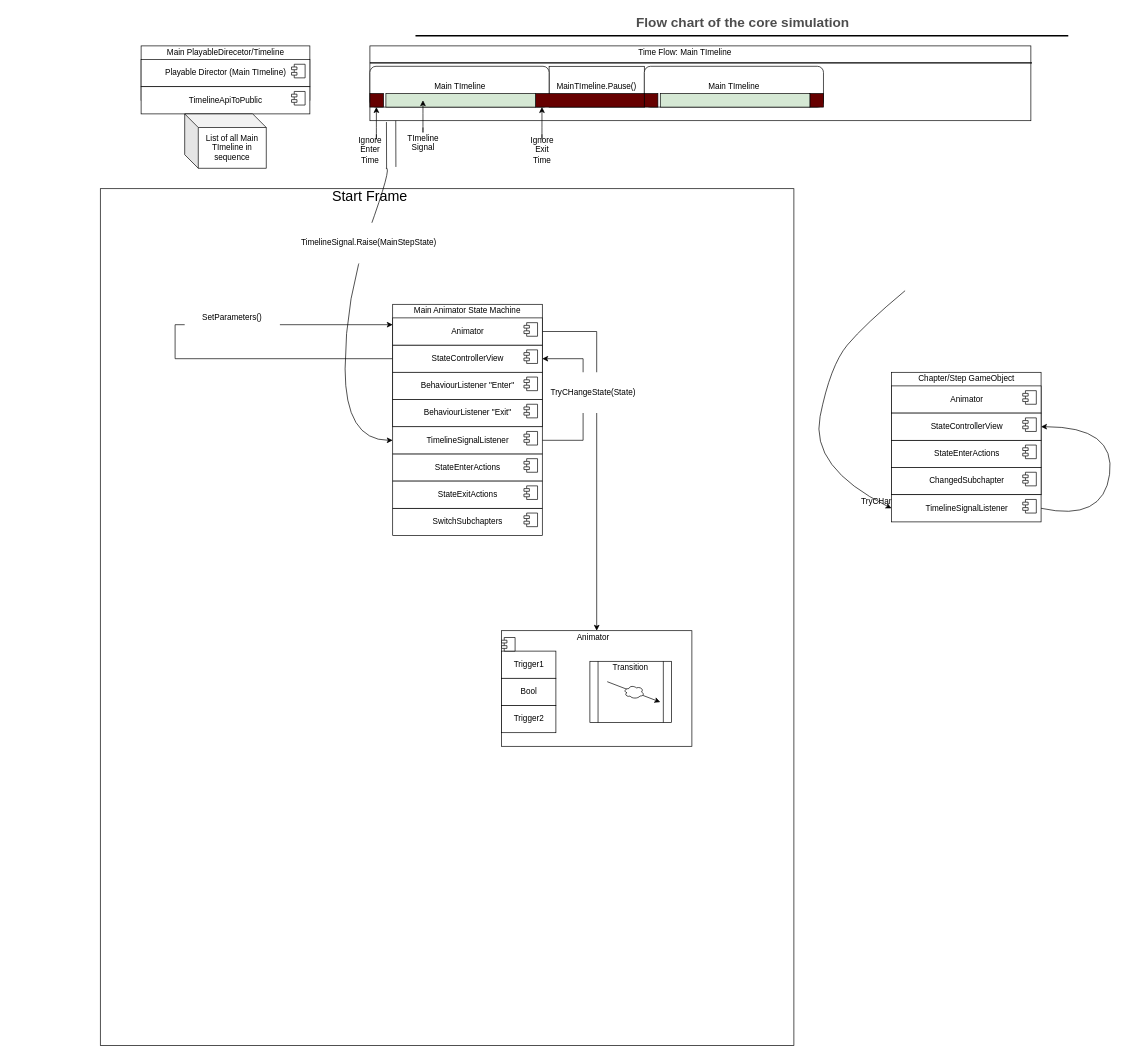
studentutu/UnityLWRP_Samples keeps this draw.io diagram as Untitled Diagram.drawio. Above is the earlier version. Source tidied: cells renumbered, new cells numbered last; positions are measured from the earlier drawing's top-left corner, leaving out a move shared by most shapes. Both pictures are drawn from the tidied source at 68%, with x=0, y=0 at pixel (100, 12).
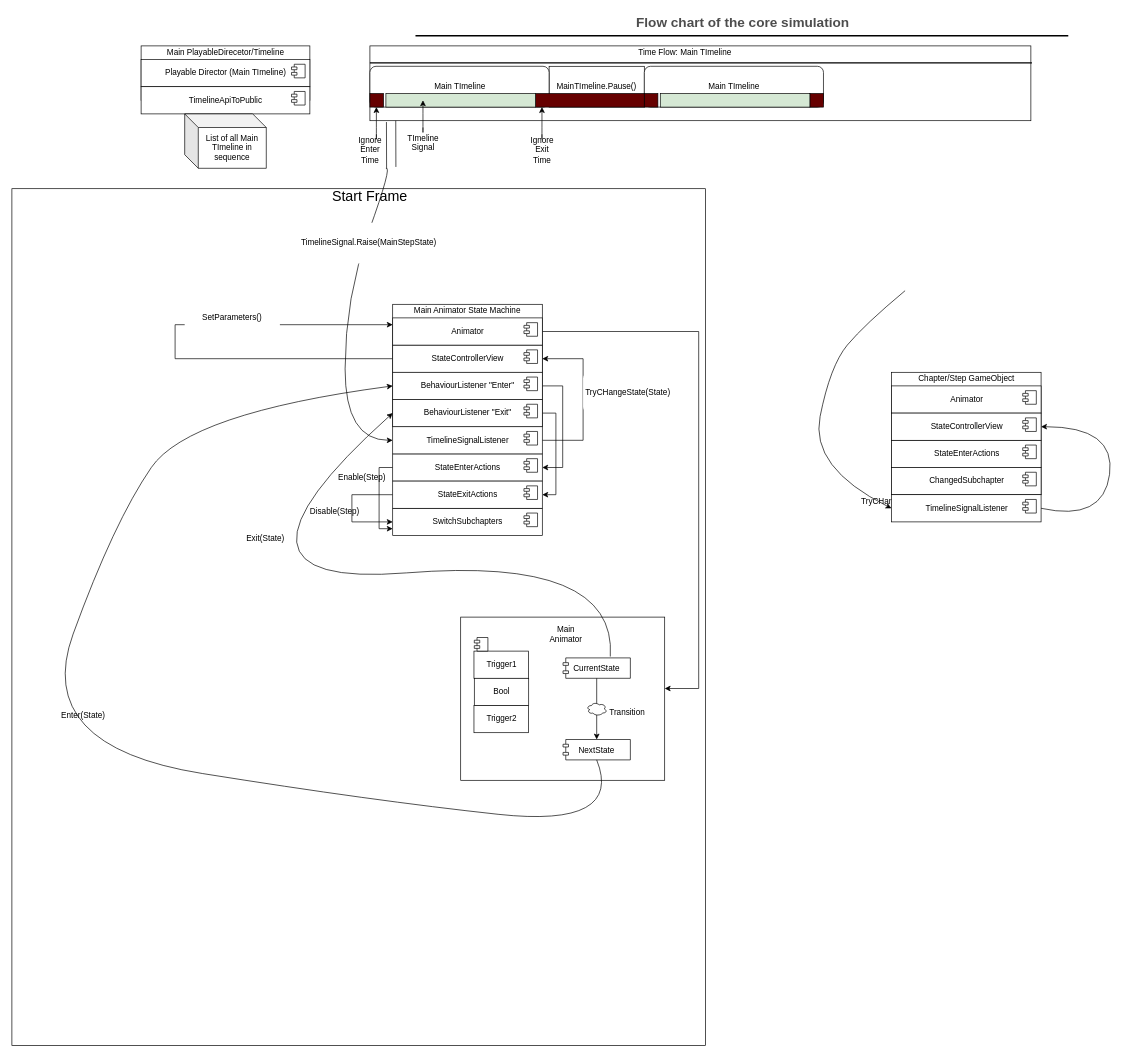
The same page after the edit.

Commit message:
Update Flow of Main Animator STate Machine.drawio

The change refers to these unchanged cells:
```xml
<mxCell id="31" value="Animator" style="html=1;labelBackgroundColor=none;fillColor=#ffffff;" parent="1" vertex="1">
  <mxGeometry x="430" y="450" width="220" height="40" as="geometry" />
</mxCell>
<mxCell id="33" value="StateEnterActions" style="html=1;labelBackgroundColor=none;fillColor=#ffffff;" parent="1" vertex="1">
  <mxGeometry x="430" y="650" width="220" height="40" as="geometry" />
</mxCell>
<mxCell id="35" value="&lt;div&gt;SwitchSubchapters&lt;/div&gt;" style="html=1;labelBackgroundColor=none;fillColor=#ffffff;" parent="1" vertex="1">
  <mxGeometry x="430" y="730" width="220" height="40" as="geometry" />
</mxCell>
<mxCell id="40" value="StateExitActions" style="html=1;labelBackgroundColor=none;fillColor=#ffffff;" parent="1" vertex="1">
  <mxGeometry x="430" y="690" width="220" height="40" as="geometry" />
</mxCell>
<mxCell id="42" value="BehaviourListener &quot;Enter&quot;" style="html=1;labelBackgroundColor=none;fillColor=#ffffff;" parent="1" vertex="1">
  <mxGeometry x="430" y="530" width="220" height="40" as="geometry" />
</mxCell>
<mxCell id="44" value="BehaviourListener &quot;Exit&quot;" style="html=1;labelBackgroundColor=none;fillColor=#ffffff;" parent="1" vertex="1">
  <mxGeometry x="430" y="570" width="220" height="40" as="geometry" />
</mxCell>
```

Change to the diagram source:
```diff
@@
     <mxCell id="2" style="rounded=0;whiteSpace=wrap;html=1;labelBackgroundColor=none;fillColor=#ffffff;" parent="1" vertex="1">
-      <mxGeometry y="260" width="1020" height="1260" as="geometry" />
+      <mxGeometry x="-130" y="260" width="1020" height="1260" as="geometry" />
     </mxCell>
@@
     <mxCell id="30" style="edgeStyle=orthogonalEdgeStyle;rounded=0;jettySize=auto;html=1;exitX=1;exitY=0.5;exitDx=0;exitDy=0;" parent="1" edge="1" source="31" target="57">
-      <mxGeometry relative="1" as="geometry" />
+      <mxGeometry relative="1" as="geometry">
+        <Array as="points">
+          <mxPoint x="880" y="470" />
+          <mxPoint x="880" y="995" />
+        </Array>
+      </mxGeometry>
     </mxCell>
@@
+    <mxCell id="89" style="edgeStyle=orthogonalEdgeStyle;rounded=0;jettySize=auto;html=1;exitX=0;exitY=0.5;exitDx=0;exitDy=0;entryX=0;entryY=0.75;entryDx=0;entryDy=0;fontSize=21;" parent="1" edge="1" source="33" target="35">
+      <mxGeometry relative="1" as="geometry" />
+    </mxCell>
@@
+    <mxCell id="90" style="edgeStyle=orthogonalEdgeStyle;rounded=0;jettySize=auto;html=1;exitX=0;exitY=0.5;exitDx=0;exitDy=0;entryX=0;entryY=0.5;entryDx=0;entryDy=0;fontSize=21;" parent="1" edge="1" source="40" target="35">
+      <mxGeometry relative="1" as="geometry">
+        <Array as="points">
+          <mxPoint x="370" y="710" />
+          <mxPoint x="370" y="750" />
+        </Array>
+      </mxGeometry>
+    </mxCell>
@@
+    <mxCell id="91" style="edgeStyle=orthogonalEdgeStyle;rounded=0;jettySize=auto;html=1;exitX=1;exitY=0.5;exitDx=0;exitDy=0;entryX=1;entryY=0.5;entryDx=0;entryDy=0;fontSize=21;" parent="1" edge="1" source="42" target="33">
+      <mxGeometry relative="1" as="geometry">
+        <Array as="points">
+          <mxPoint x="680" y="550" />
+          <mxPoint x="680" y="670" />
+        </Array>
+      </mxGeometry>
+    </mxCell>
@@
+    <mxCell id="92" style="edgeStyle=orthogonalEdgeStyle;rounded=0;jettySize=auto;html=1;exitX=1;exitY=0.5;exitDx=0;exitDy=0;entryX=1;entryY=0.5;entryDx=0;entryDy=0;fontSize=21;" parent="1" edge="1" source="44" target="40">
+      <mxGeometry relative="1" as="geometry" />
+    </mxCell>
@@
     <mxCell id="55" value="TryCHangeState(State)" style="rounded=1;whiteSpace=wrap;html=1;labelBackgroundColor=none;strokeColor=none;" parent="1" vertex="1">
-      <mxGeometry x="658.5" y="530" width="131.5" height="60" as="geometry" />
+      <mxGeometry x="710" y="530" width="131.5" height="60" as="geometry" />
     </mxCell>
@@
-    <mxCell id="57" style="rounded=0;whiteSpace=wrap;html=1;" parent="1" vertex="1">
-      <mxGeometry x="590" y="910" width="280" height="170" as="geometry" />
+    <mxCell id="57" style="rounded=0;whiteSpace=wrap;html=1;fillColor=none;" parent="1" vertex="1">
+      <mxGeometry x="530" y="890" width="300" height="240" as="geometry" />
     </mxCell>
-    <mxCell id="58" value="&lt;div&gt;Animator&lt;/div&gt;" style="text;html=1;strokeColor=none;fillColor=none;align=center;verticalAlign=middle;whiteSpace=wrap;rounded=0;labelBackgroundColor=none;" parent="1" vertex="1">
-      <mxGeometry x="700" y="910" width="50" height="20" as="geometry" />
+    <mxCell id="58" value="Main &lt;br&gt;&lt;div&gt;Animator&lt;/div&gt;" style="text;html=1;strokeColor=none;fillColor=none;align=center;verticalAlign=middle;whiteSpace=wrap;rounded=0;labelBackgroundColor=none;" parent="1" vertex="1">
+      <mxGeometry x="620" y="890" width="130" height="50" as="geometry" />
     </mxCell>
     <mxCell id="59" value="Trigger1" style="html=1;labelBackgroundColor=none;fillColor=#ffffff;" parent="1" vertex="1">
-      <mxGeometry x="590" y="940" width="80" height="40" as="geometry" />
+      <mxGeometry x="549.5" y="940" width="80" height="40" as="geometry" />
     </mxCell>
-    <mxCell id="60" value="Bool" style="html=1;labelBackgroundColor=none;fillColor=#ffffff;" parent="1" vertex="1">
-      <mxGeometry x="590" y="980" width="80" height="40" as="geometry" />
-    </mxCell>
-    <mxCell id="61" style="shape=component;jettyWidth=8;jettyHeight=4;" parent="60" vertex="1">
-      <mxGeometry x="1" width="20" height="20" relative="1" as="geometry">
-        <mxPoint x="-80" y="-60" as="offset" />
-      </mxGeometry>
-    </mxCell>
-    <mxCell id="62" value="&lt;div&gt;Trigger2&lt;/div&gt;" style="html=1;labelBackgroundColor=none;fillColor=#ffffff;" parent="1" vertex="1">
-      <mxGeometry x="590" y="1020" width="80" height="40" as="geometry" />
-    </mxCell>
@@
-    <mxCell id="64" style="group;" parent="1" vertex="1">
-      <mxGeometry x="720" y="955" width="120" height="90" as="geometry" />
-    </mxCell>
-    <mxCell id="65" style="shape=process;whiteSpace=wrap;html=1;backgroundOutline=1;labelBackgroundColor=none;fillColor=#ffffff;" parent="64" vertex="1">
-      <mxGeometry width="120" height="90" as="geometry" />
-    </mxCell>
-    <mxCell id="66" style="endArrow=classic;html=1;" parent="64" edge="1">
-      <mxGeometry relative="1" as="geometry">
-        <mxPoint x="25.5" y="30" as="sourcePoint" />
-        <mxPoint x="103.5" y="60" as="targetPoint" />
-      </mxGeometry>
-    </mxCell>
-    <mxCell id="67" style="shape=cloud;html=1;" parent="66" vertex="1">
-      <mxGeometry width="30" height="20" relative="1" as="geometry">
-        <mxPoint x="-15" y="-10" as="offset" />
-      </mxGeometry>
-    </mxCell>
-    <mxCell id="68" value="Transition" style="text;html=1;strokeColor=none;fillColor=none;align=center;verticalAlign=middle;whiteSpace=wrap;rounded=0;labelBackgroundColor=none;" parent="64" vertex="1">
-      <mxGeometry x="35" width="50" height="20" as="geometry" />
-    </mxCell>
@@
+    <mxCell id="68" value="Transition" style="text;html=1;strokeColor=none;fillColor=none;align=center;verticalAlign=middle;whiteSpace=wrap;rounded=0;labelBackgroundColor=none;" parent="1" vertex="1">
+      <mxGeometry x="750" y="1020" width="50" height="20" as="geometry" />
+    </mxCell>
+    <mxCell id="93" style="group;" parent="1" vertex="1">
+      <mxGeometry x="549.5" y="980" width="80.5" height="80" as="geometry" />
+    </mxCell>
+    <mxCell id="62" value="&lt;div&gt;Trigger2&lt;/div&gt;" style="html=1;labelBackgroundColor=none;fillColor=#ffffff;" parent="93" vertex="1">
+      <mxGeometry y="40" width="80" height="40" as="geometry" />
+    </mxCell>
+    <mxCell id="94" style="group;" parent="93" vertex="1">
+      <mxGeometry x="0.5" width="80" height="40" as="geometry" />
+    </mxCell>
+    <mxCell id="60" value="Bool" style="html=1;labelBackgroundColor=none;fillColor=#ffffff;" parent="94" vertex="1">
+      <mxGeometry width="80" height="40" as="geometry" />
+    </mxCell>
+    <mxCell id="61" style="shape=component;jettyWidth=8;jettyHeight=4;" parent="60" vertex="1">
+      <mxGeometry x="1" width="20" height="20" relative="1" as="geometry">
+        <mxPoint x="-80" y="-60" as="offset" />
+      </mxGeometry>
+    </mxCell>
+    <mxCell id="95" value="CurrentState" style="shape=component;jettyWidth=8;jettyHeight=4;" parent="60" vertex="1">
+      <mxGeometry x="1" width="99" height="30" relative="1" as="geometry">
+        <mxPoint x="50.5" y="-30" as="offset" />
+      </mxGeometry>
+    </mxCell>
+    <mxCell id="96" value="NextState" style="shape=component;jettyWidth=8;jettyHeight=4;" parent="60" vertex="1">
+      <mxGeometry x="1" width="99" height="30" relative="1" as="geometry">
+        <mxPoint x="50.5" y="90" as="offset" />
+      </mxGeometry>
+    </mxCell>
+    <mxCell id="66" style="endArrow=classic;html=1;exitX=0.5;exitY=1;exitDx=0;exitDy=0;entryX=0.5;entryY=0;entryDx=0;entryDy=0;" parent="60" edge="1" source="95" target="96">
+      <mxGeometry relative="1" as="geometry" />
+    </mxCell>
+    <mxCell id="67" style="shape=cloud;html=1;" parent="66" vertex="1">
+      <mxGeometry width="30" height="20" relative="1" as="geometry">
+        <mxPoint x="-15" y="-10" as="offset" />
+      </mxGeometry>
+    </mxCell>
+    <mxCell id="97" style="jettySize=auto;html=1;curved=1;sourcePerimeterSpacing=5;targetPerimeterSpacing=5;entryX=0;entryY=0.5;entryDx=0;entryDy=0;" parent="1" edge="1" target="44">
+      <mxGeometry relative="1" as="geometry">
+        <mxPoint x="750" y="948" as="sourcePoint" />
+        <Array as="points">
+          <mxPoint x="750" y="947.5" />
+          <mxPoint x="760" y="800" />
+          <mxPoint x="140" y="850" />
+        </Array>
+      </mxGeometry>
+    </mxCell>
+    <mxCell id="98" value="Exit(State)" style="text;html=1;strokeColor=none;fillColor=none;align=center;verticalAlign=middle;whiteSpace=wrap;rounded=0;labelBackgroundColor=none;" parent="1" vertex="1">
+      <mxGeometry x="178.2" y="750" width="130" height="50" as="geometry" />
+    </mxCell>
+    <mxCell id="99" value="Disable(Step)" style="text;html=1;strokeColor=none;fillColor=none;align=center;verticalAlign=middle;whiteSpace=wrap;rounded=0;labelBackgroundColor=none;" parent="1" vertex="1">
+      <mxGeometry x="280" y="710" width="130" height="50" as="geometry" />
+    </mxCell>
+    <mxCell id="100" value="Enable(Step)" style="text;html=1;strokeColor=none;fillColor=none;align=center;verticalAlign=middle;whiteSpace=wrap;rounded=0;labelBackgroundColor=none;" parent="1" vertex="1">
+      <mxGeometry x="320" y="660" width="130" height="50" as="geometry" />
+    </mxCell>
+    <mxCell id="101" style="jettySize=auto;html=1;curved=1;sourcePerimeterSpacing=5;targetPerimeterSpacing=5;entryX=0;entryY=0.5;entryDx=0;entryDy=0;exitX=0.5;exitY=1;exitDx=0;exitDy=0;" parent="1" edge="1" source="96" target="42">
+      <mxGeometry relative="1" as="geometry">
+        <Array as="points">
+          <mxPoint x="770" y="1200" />
+          <mxPoint x="400" y="1160" />
+          <mxPoint x="-100" y="1080" />
+          <mxPoint x="20" y="750" />
+          <mxPoint x="130" y="590" />
+        </Array>
+      </mxGeometry>
+    </mxCell>
+    <mxCell id="102" value="Enter(State)" style="text;html=1;strokeColor=none;fillColor=none;align=center;verticalAlign=middle;whiteSpace=wrap;rounded=0;labelBackgroundColor=none;" parent="1" vertex="1">
+      <mxGeometry x="-90" y="1010" width="130" height="50" as="geometry" />
+    </mxCell>
```
